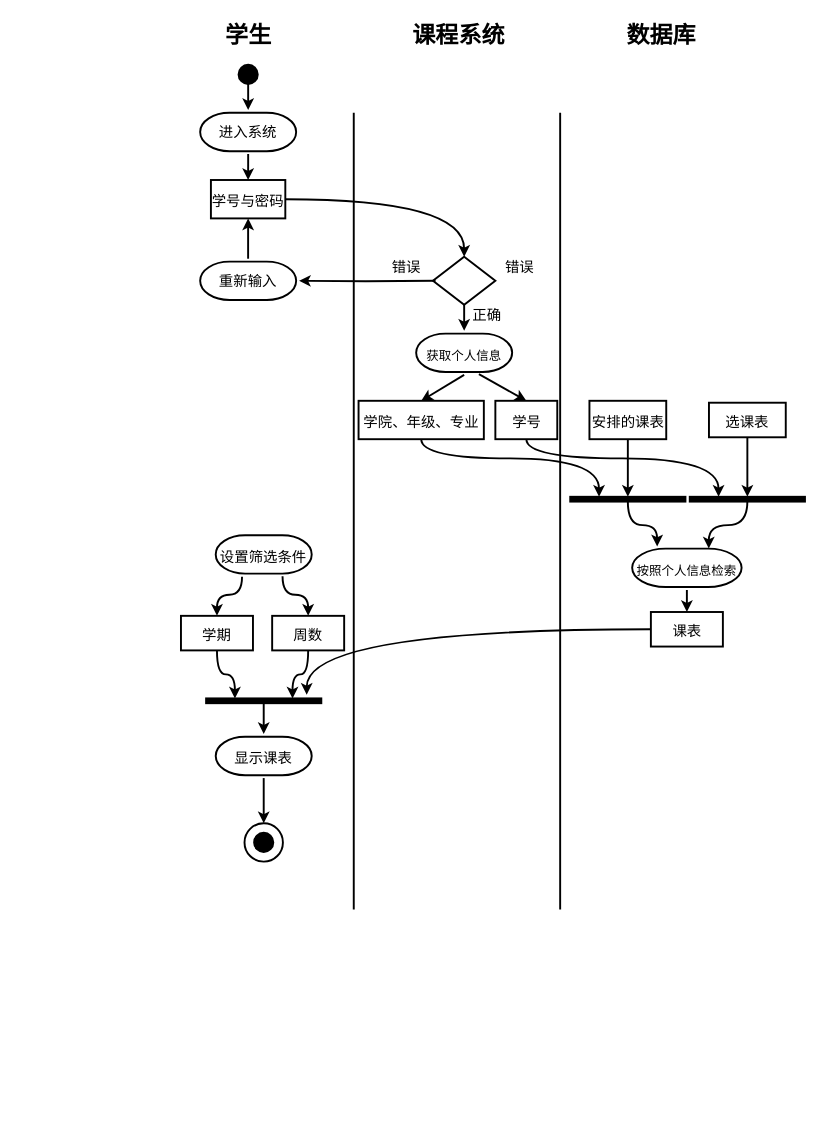
bupt-juniorTeam/OOAD keeps this draw.io diagram as page "查看课表" (3 of 12) of 活动图/action.drawio. Above is the earlier version. Source tidied: cells renumbered, new cells numbered last; positions are measured from the earlier drawing's top-left corner, leaving out a move shared by most shapes. Both pictures are drawn from the tidied source at 96%, with x=0, y=0 at pixel (180, 16).
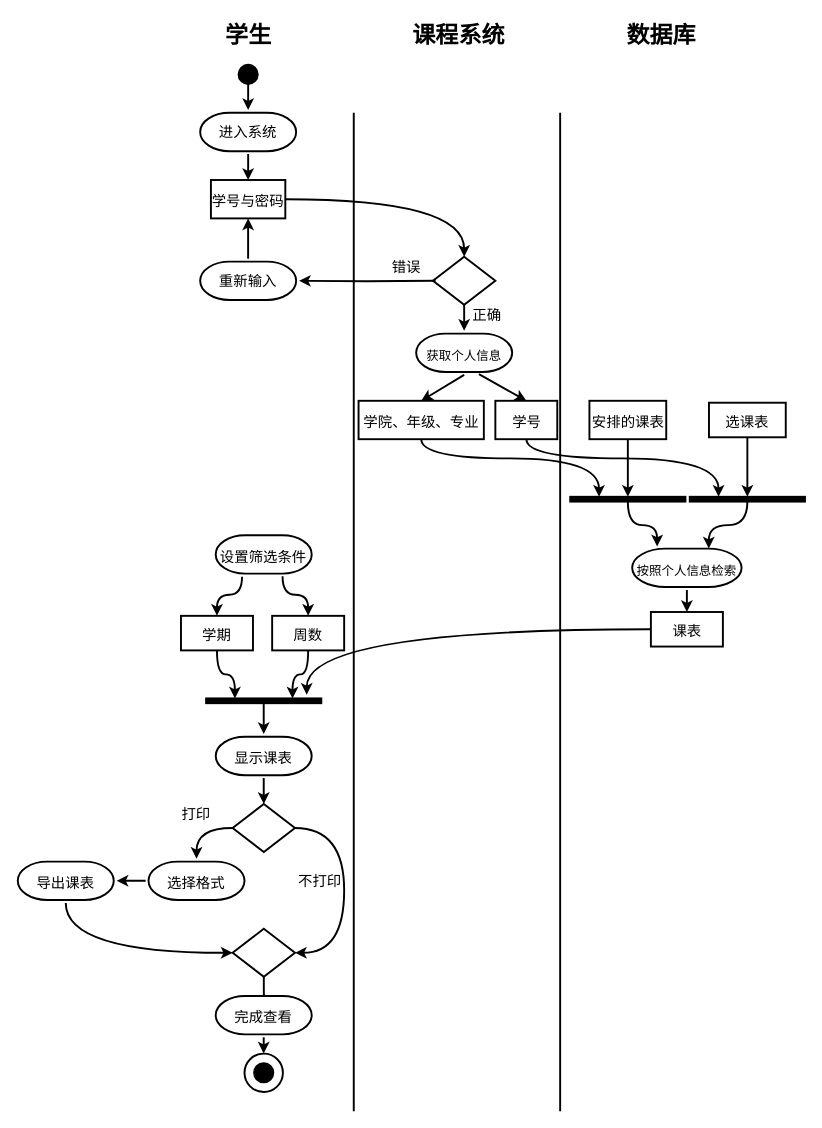
After the change.

Unchanged cells that the change refers to:
```xml
<mxCell id="20" value="&lt;font style=&quot;font-size: 15px&quot;&gt;显示课表&lt;/font&gt;" style="strokeWidth=2;html=1;shape=mxgraph.flowchart.terminator;whiteSpace=wrap;perimeterSpacing=3;fontSize=21;" parent="1" vertex="1">
  <mxGeometry x="36.2" y="750" width="100" height="40" as="geometry" />
</mxCell>
```

What changed in the source:
```diff
@@
     <mxCell id="17" style="line;strokeWidth=2;direction=south;html=1;" parent="1" vertex="1">
-      <mxGeometry x="175" y="100" width="10" height="830" as="geometry" />
+      <mxGeometry x="175" y="100" width="10" height="1040" as="geometry" />
     </mxCell>
     <mxCell id="18" style="line;strokeWidth=2;direction=south;html=1;" parent="1" vertex="1">
-      <mxGeometry x="390" y="100" width="10" height="830" as="geometry" />
+      <mxGeometry x="390" y="100" width="10" height="1040" as="geometry" />
     </mxCell>
-    <mxCell id="19" style="edgeStyle=orthogonalEdgeStyle;curved=1;rounded=0;jettySize=auto;html=1;entryX=0.5;entryY=0;entryDx=0;entryDy=0;strokeWidth=2;fontSize=15;" parent="1" edge="1" source="20" target="52">
-      <mxGeometry relative="1" as="geometry" />
-    </mxCell>
+    <mxCell id="53" style="edgeStyle=orthogonalEdgeStyle;curved=1;rounded=0;jettySize=auto;html=1;entryX=0.5;entryY=0;entryDx=0;entryDy=0;strokeWidth=2;" parent="1" edge="1" source="20" target="56">
+      <mxGeometry relative="1" as="geometry" />
+    </mxCell>
@@
-    <mxCell id="27" value="错误" style="text;html=1;strokeColor=none;fillColor=none;align=center;verticalAlign=middle;whiteSpace=wrap;rounded=0;fontSize=15;" parent="1" vertex="1">
-      <mxGeometry x="332.5" y="250" width="40" height="20" as="geometry" />
-    </mxCell>
@@
     <mxCell id="51" style="ellipse;whiteSpace=wrap;html=1;strokeWidth=2;fontSize=21;fillColor=#000000;" parent="1" vertex="1">
-      <mxGeometry x="76.2" y="850" width="20" height="20" as="geometry" />
+      <mxGeometry x="76.2" y="1090" width="20" height="20" as="geometry" />
     </mxCell>
     <mxCell id="52" style="ellipse;whiteSpace=wrap;html=1;strokeColor=#000000;strokeWidth=2;fillColor=none;fontSize=15;" parent="1" vertex="1">
-      <mxGeometry x="66.2" y="840" width="40" height="40" as="geometry" />
+      <mxGeometry x="66.2" y="1080" width="40" height="40" as="geometry" />
     </mxCell>
+    <mxCell id="54" style="edgeStyle=orthogonalEdgeStyle;curved=1;rounded=0;jettySize=auto;html=1;exitX=1;exitY=0.5;exitDx=0;exitDy=0;entryX=1;entryY=0.5;entryDx=0;entryDy=0;strokeWidth=2;" parent="1" edge="1" source="56" target="58">
+      <mxGeometry relative="1" as="geometry">
+        <Array as="points">
+          <mxPoint x="170" y="845" />
+          <mxPoint x="170" y="975" />
+        </Array>
+      </mxGeometry>
+    </mxCell>
+    <mxCell id="55" style="edgeStyle=orthogonalEdgeStyle;curved=1;rounded=0;jettySize=auto;html=1;entryX=0.5;entryY=0;entryDx=0;entryDy=0;entryPerimeter=0;strokeWidth=2;" parent="1" edge="1" source="56" target="61">
+      <mxGeometry relative="1" as="geometry">
+        <Array as="points">
+          <mxPoint x="16" y="845" />
+        </Array>
+      </mxGeometry>
+    </mxCell>
+    <mxCell id="56" style="rhombus;whiteSpace=wrap;html=1;strokeWidth=2;fontSize=15;fillColor=none;" parent="1" vertex="1">
+      <mxGeometry x="53.8" y="820" width="65" height="50" as="geometry" />
+    </mxCell>
+    <mxCell id="57" style="edgeStyle=orthogonalEdgeStyle;curved=1;rounded=0;jettySize=auto;html=1;entryX=0.5;entryY=0;entryDx=0;entryDy=0;entryPerimeter=0;strokeWidth=2;" parent="1" edge="1" source="58" target="66">
+      <mxGeometry relative="1" as="geometry" />
+    </mxCell>
+    <mxCell id="58" style="rhombus;whiteSpace=wrap;html=1;strokeWidth=2;fontSize=15;fillColor=none;" parent="1" vertex="1">
+      <mxGeometry x="53.8" y="950" width="65" height="50" as="geometry" />
+    </mxCell>
+    <mxCell id="59" value="不打印" style="text;html=1;strokeColor=none;fillColor=none;align=center;verticalAlign=middle;whiteSpace=wrap;rounded=0;fontSize=15;" parent="1" vertex="1">
+      <mxGeometry x="120" y="890" width="50" height="20" as="geometry" />
+    </mxCell>
+    <mxCell id="60" style="edgeStyle=orthogonalEdgeStyle;curved=1;rounded=0;jettySize=auto;html=1;entryX=1;entryY=0.5;entryDx=0;entryDy=0;entryPerimeter=0;strokeWidth=2;" parent="1" edge="1" source="61" target="63">
+      <mxGeometry relative="1" as="geometry" />
+    </mxCell>
+    <mxCell id="61" value="&lt;font style=&quot;font-size: 15px&quot;&gt;选择格式&lt;/font&gt;" style="strokeWidth=2;html=1;shape=mxgraph.flowchart.terminator;whiteSpace=wrap;perimeterSpacing=3;fontSize=21;" parent="1" vertex="1">
+      <mxGeometry x="-33.8" y="880" width="100" height="40" as="geometry" />
+    </mxCell>
+    <mxCell id="62" style="edgeStyle=orthogonalEdgeStyle;curved=1;rounded=0;jettySize=auto;html=1;entryX=0;entryY=0.5;entryDx=0;entryDy=0;strokeWidth=2;" parent="1" edge="1" source="63" target="58">
+      <mxGeometry relative="1" as="geometry">
+        <Array as="points">
+          <mxPoint x="-120" y="975" />
+        </Array>
+      </mxGeometry>
+    </mxCell>
+    <mxCell id="63" value="&lt;font style=&quot;font-size: 15px&quot;&gt;导出课表&lt;/font&gt;" style="strokeWidth=2;html=1;shape=mxgraph.flowchart.terminator;whiteSpace=wrap;perimeterSpacing=3;fontSize=21;" parent="1" vertex="1">
+      <mxGeometry x="-170" y="880" width="100" height="40" as="geometry" />
+    </mxCell>
+    <mxCell id="64" value="打印" style="text;html=1;strokeColor=none;fillColor=none;align=center;verticalAlign=middle;whiteSpace=wrap;rounded=0;fontSize=15;" parent="1" vertex="1">
+      <mxGeometry x="-8.8" y="820" width="50" height="20" as="geometry" />
+    </mxCell>
+    <mxCell id="65" style="edgeStyle=orthogonalEdgeStyle;curved=1;rounded=0;jettySize=auto;html=1;entryX=0.5;entryY=0;entryDx=0;entryDy=0;strokeWidth=2;" parent="1" edge="1" source="66" target="52">
+      <mxGeometry relative="1" as="geometry" />
+    </mxCell>
+    <mxCell id="66" value="&lt;font style=&quot;font-size: 15px&quot;&gt;完成查看&lt;/font&gt;" style="strokeWidth=2;html=1;shape=mxgraph.flowchart.terminator;whiteSpace=wrap;perimeterSpacing=3;fontSize=21;" parent="1" vertex="1">
+      <mxGeometry x="36.2" y="1020" width="100" height="40" as="geometry" />
+    </mxCell>
```
